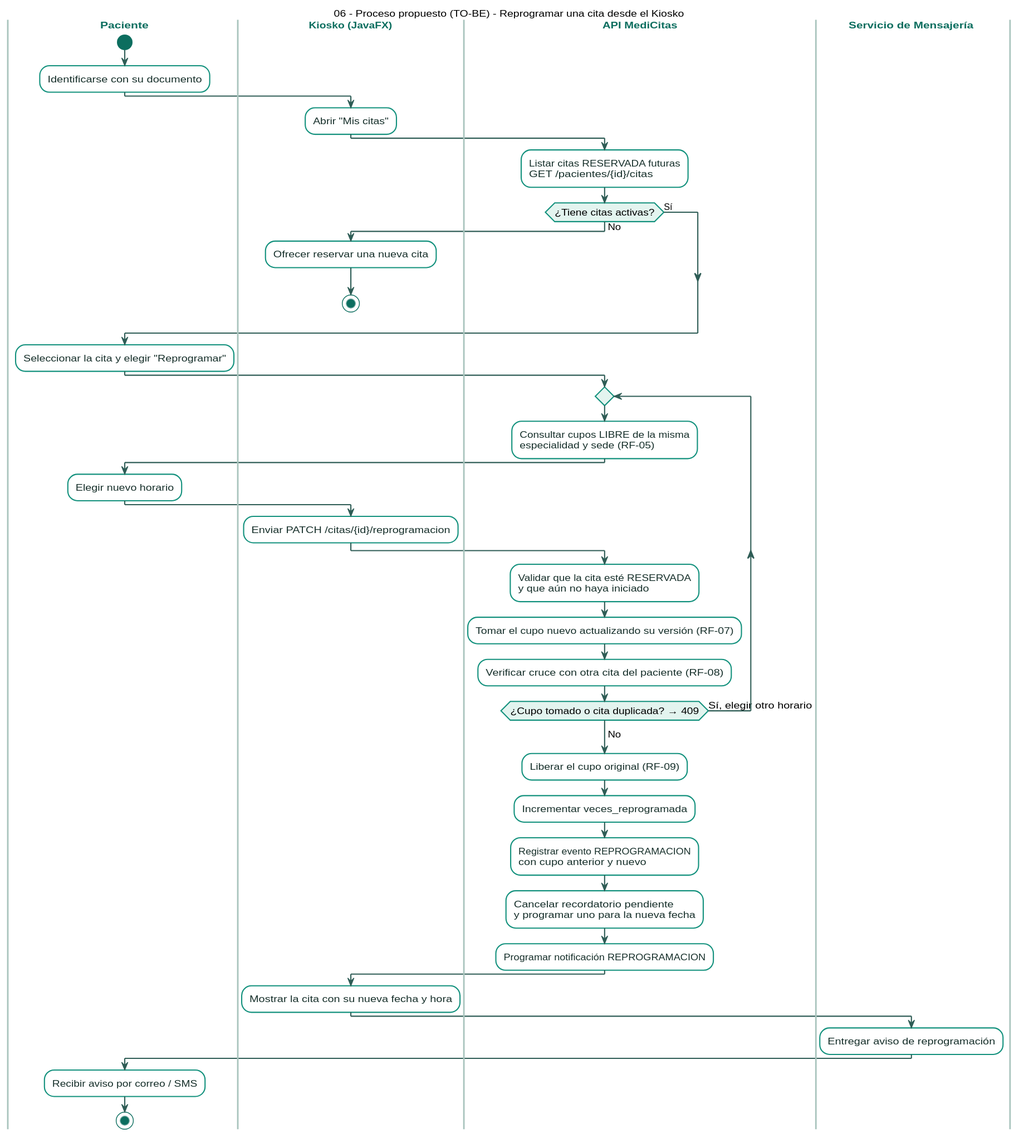
This is docs/diagrams/img/06-process-reschedule.svg from Jimena-CC/ProyectoCitasMedicas, a PlantUML export, as it was before one commit. Source of this version:
```plantuml
@startuml
title 06 - Proceso propuesto (TO-BE) - Reprogramar una cita desde el Kiosko

skinparam shadowing false
skinparam roundCorner 10
skinparam defaultFontName "Helvetica"
skinparam defaultFontSize 12
skinparam ArrowColor #2F5D56
skinparam SwimlaneBorderColor #A9C4BD
skinparam SwimlaneTitleFontColor #0C6E5F
skinparam SwimlaneTitleFontStyle bold
skinparam activity {
  BackgroundColor #FFFFFF
  BorderColor #13917D
  FontColor #17302B
  DiamondBackgroundColor #E3F4EF
  DiamondBorderColor #13917D
  StartColor #0C6E5F
  EndColor #0C6E5F
}
skinparam note {
  BackgroundColor #FFF8E6
  BorderColor #D9B45A
  FontColor #3D3321
}

|Paciente|
|Kiosko (JavaFX)|
|API MediCitas|
|Servicio de Mensajería|

|Paciente|
start
:Identificarse con su documento;

|Kiosko (JavaFX)|
:Abrir "Mis citas";

|API MediCitas|
:Listar citas RESERVADA futuras
GET /pacientes/{id}/citas;

if (¿Tiene citas activas?) then (No)
  |Kiosko (JavaFX)|
  :Ofrecer reservar una nueva cita;
  stop
else (Sí)
endif

|Paciente|
:Seleccionar la cita y elegir "Reprogramar";

repeat
  |API MediCitas|
  :Consultar cupos LIBRE de la misma
  especialidad y sede (RF-05);
  |Paciente|
  :Elegir nuevo horario;
  |Kiosko (JavaFX)|
  :Enviar PATCH /citas/{id}/reprogramacion;
  |API MediCitas|
  :Validar que la cita esté RESERVADA
  y que aún no haya iniciado;
  :Tomar el cupo nuevo actualizando su versión (RF-07);
  :Verificar cruce con otra cita del paciente (RF-08);
repeat while (¿Cupo tomado o cita duplicada? → 409) is (Sí, elegir otro horario)
->No;

:Liberar el cupo original (RF-09);
:Incrementar veces_reprogramada;
:Registrar evento REPROGRAMACION
con cupo anterior y nuevo;
:Cancelar recordatorio pendiente
y programar uno para la nueva fecha;
:Programar notificación REPROGRAMACION;

|Kiosko (JavaFX)|
:Mostrar la cita con su nueva fecha y hora;

|Servicio de Mensajería|
:Entregar aviso de reprogramación;

|Paciente|
:Recibir aviso por correo / SMS;
stop

@enduml
```
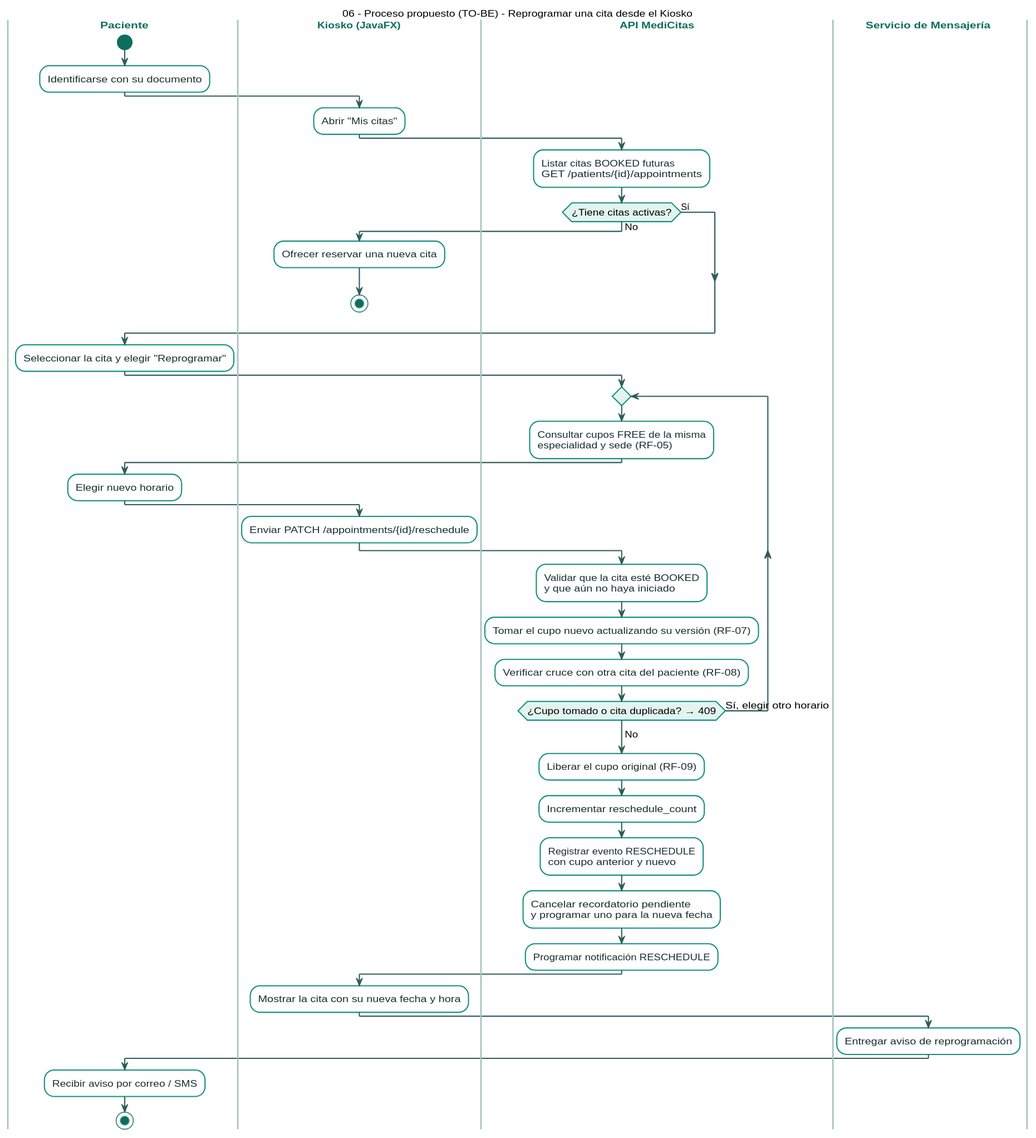
Later version of the same file.

The edit, as a diff of the source:
```diff
@@ -37,8 +37,8 @@
 :Abrir "Mis citas";
 
 |API MediCitas|
-:Listar citas RESERVADA futuras
-GET /pacientes/{id}/citas;
+:Listar citas BOOKED futuras
+GET /patients/{id}/appointments;
 
 if (¿Tiene citas activas?) then (No)
   |Kiosko (JavaFX)|
@@ -52,14 +52,14 @@
 
 repeat
   |API MediCitas|
-  :Consultar cupos LIBRE de la misma
+  :Consultar cupos FREE de la misma
   especialidad y sede (RF-05);
   |Paciente|
   :Elegir nuevo horario;
   |Kiosko (JavaFX)|
-  :Enviar PATCH /citas/{id}/reprogramacion;
+  :Enviar PATCH /appointments/{id}/reschedule;
   |API MediCitas|
-  :Validar que la cita esté RESERVADA
+  :Validar que la cita esté BOOKED
   y que aún no haya iniciado;
   :Tomar el cupo nuevo actualizando su versión (RF-07);
   :Verificar cruce con otra cita del paciente (RF-08);
@@ -67,12 +67,12 @@
 ->No;
 
 :Liberar el cupo original (RF-09);
-:Incrementar veces_reprogramada;
-:Registrar evento REPROGRAMACION
+:Incrementar reschedule_count;
+:Registrar evento RESCHEDULE
 con cupo anterior y nuevo;
 :Cancelar recordatorio pendiente
 y programar uno para la nueva fecha;
-:Programar notificación REPROGRAMACION;
+:Programar notificación RESCHEDULE;
 
 |Kiosko (JavaFX)|
 :Mostrar la cita con su nueva fecha y hora;
```
